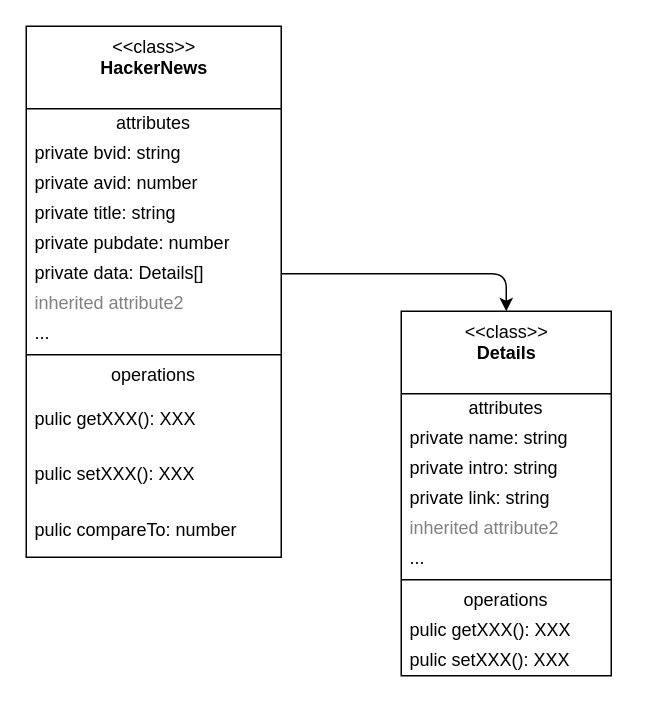
Before: docs/model/beamer.drawio in tower-town/Koala-Hacker-News, a draw.io diagram. Source tidied: cells renumbered, new cells numbered last; positions are measured from the earlier drawing's top-left corner, leaving out a move shared by most shapes. Both pictures are drawn from the tidied source at 150%, with x=0, y=0 at pixel (26, 26).
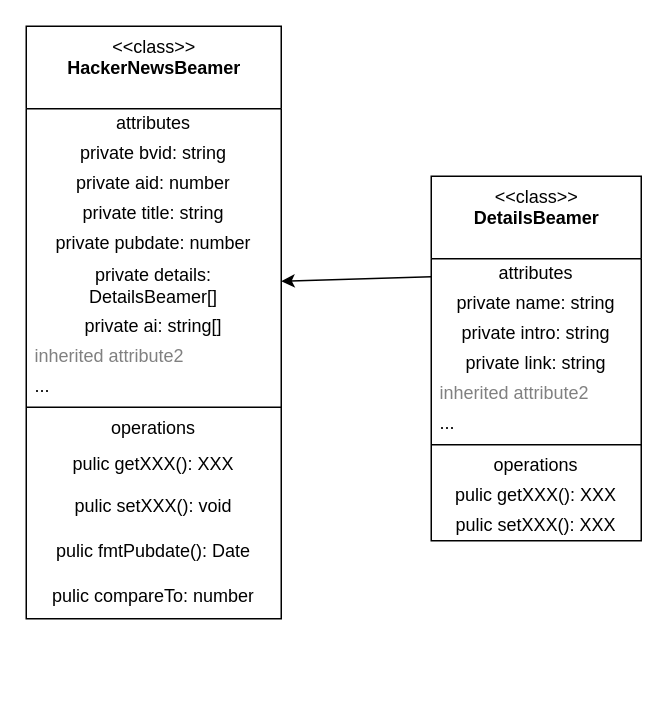
The same page after the edit.

The change refers to these unchanged cells:
```xml
<mxCell id="17" value="attributes" style="text;html=1;strokeColor=none;fillColor=none;align=center;verticalAlign=middle;spacingLeft=4;spacingRight=4;overflow=hidden;points=[[0,0.5],[1,0.5]];portConstraint=eastwest;" parent="16" vertex="1">
  <mxGeometry y="55" width="140" height="20" as="geometry" />
</mxCell>
```

Diff of the diagram source:
```diff
@@
-    <mxCell id="2" value="&amp;lt;&amp;lt;class&amp;gt;&amp;gt;&lt;br&gt;&lt;b&gt;HackerNews&lt;/b&gt;" style="swimlane;fontStyle=0;align=center;verticalAlign=top;horizontal=1;startSize=55;html=1;" parent="1" vertex="1">
-      <mxGeometry width="170" height="354" as="geometry" />
+    <mxCell id="2" value="&amp;lt;&amp;lt;class&amp;gt;&amp;gt;&lt;br&gt;&lt;b&gt;HackerNewsBeamer&lt;/b&gt;" style="swimlane;fontStyle=0;align=center;verticalAlign=top;horizontal=1;startSize=55;html=1;" parent="1" vertex="1">
+      <mxGeometry width="170" height="395" as="geometry" />
     </mxCell>
@@
-    <mxCell id="4" value="private bvid: string" style="text;html=1;strokeColor=none;fillColor=none;align=left;verticalAlign=middle;spacingLeft=4;spacingRight=4;overflow=hidden;" parent="2" vertex="1">
+    <mxCell id="4" value="private bvid: string" style="text;html=1;strokeColor=none;fillColor=none;align=center;verticalAlign=middle;spacingLeft=4;spacingRight=4;overflow=hidden;" parent="2" vertex="1">
       <mxGeometry y="75" width="170" height="20" as="geometry" />
     </mxCell>
-    <mxCell id="5" value="private avid: number" style="text;html=1;strokeColor=none;fillColor=none;align=left;verticalAlign=middle;spacingLeft=4;spacingRight=4;overflow=hidden;" parent="2" vertex="1">
+    <mxCell id="5" value="private aid: number" style="text;html=1;strokeColor=none;fillColor=none;align=center;verticalAlign=middle;spacingLeft=4;spacingRight=4;overflow=hidden;" parent="2" vertex="1">
       <mxGeometry y="95" width="170" height="20" as="geometry" />
     </mxCell>
-    <mxCell id="6" value="private title: string" style="text;html=1;strokeColor=none;fillColor=none;align=left;verticalAlign=middle;spacingLeft=4;spacingRight=4;overflow=hidden;" parent="2" vertex="1">
+    <mxCell id="6" value="private title: string" style="text;html=1;strokeColor=none;fillColor=none;align=center;verticalAlign=middle;spacingLeft=4;spacingRight=4;overflow=hidden;" parent="2" vertex="1">
       <mxGeometry y="115" width="170" height="20" as="geometry" />
     </mxCell>
-    <mxCell id="7" value="private pubdate: number" style="text;html=1;strokeColor=none;fillColor=none;align=left;verticalAlign=middle;spacingLeft=4;spacingRight=4;overflow=hidden;" parent="2" vertex="1">
+    <mxCell id="7" value="private pubdate: number" style="text;html=1;strokeColor=none;fillColor=none;align=center;verticalAlign=middle;spacingLeft=4;spacingRight=4;overflow=hidden;" parent="2" vertex="1">
       <mxGeometry y="135" width="170" height="20" as="geometry" />
     </mxCell>
+    <mxCell id="28" value="private details: &lt;br&gt;DetailsBeamer[]" style="text;html=1;strokeColor=none;fillColor=none;align=center;verticalAlign=middle;spacingLeft=4;spacingRight=4;overflow=hidden;points=[[0,0.5],[1,0.5]];portConstraint=eastwest;" parent="2" vertex="1">
+      <mxGeometry y="155" width="170" height="35" as="geometry" />
+    </mxCell>
-    <mxCell id="8" value="private data: Details[]" style="text;html=1;strokeColor=none;fillColor=none;align=left;verticalAlign=middle;spacingLeft=4;spacingRight=4;overflow=hidden;points=[[0,0.5],[1,0.5]];portConstraint=eastwest;" parent="2" vertex="1">
-      <mxGeometry y="155" width="170" height="20" as="geometry" />
+    <mxCell id="8" value="private ai: string[]" style="text;html=1;strokeColor=none;fillColor=none;align=center;verticalAlign=middle;spacingLeft=4;spacingRight=4;overflow=hidden;points=[[0,0.5],[1,0.5]];portConstraint=eastwest;" parent="2" vertex="1">
+      <mxGeometry y="190" width="170" height="20" as="geometry" />
     </mxCell>
     <mxCell id="9" value="inherited attribute2" style="text;html=1;strokeColor=none;fillColor=none;align=left;verticalAlign=middle;spacingLeft=4;spacingRight=4;overflow=hidden;fontColor=#808080;" parent="2" vertex="1">
-      <mxGeometry y="175" width="170" height="20" as="geometry" />
+      <mxGeometry y="210" width="170" height="20" as="geometry" />
     </mxCell>
     <mxCell id="10" value="..." style="text;html=1;strokeColor=none;fillColor=none;align=left;verticalAlign=middle;spacingLeft=4;spacingRight=4;overflow=hidden;" parent="2" vertex="1">
-      <mxGeometry y="195" width="170" height="20" as="geometry" />
+      <mxGeometry y="230" width="170" height="20" as="geometry" />
     </mxCell>
     <mxCell id="11" style="line;strokeWidth=1;fillColor=none;align=left;verticalAlign=middle;spacingTop=-1;spacingLeft=3;spacingRight=3;labelPosition=right;" parent="2" vertex="1">
-      <mxGeometry y="215" width="170" height="8" as="geometry" />
+      <mxGeometry y="250" width="170" height="8" as="geometry" />
     </mxCell>
     <mxCell id="12" value="operations" style="text;html=1;strokeColor=none;fillColor=none;align=center;verticalAlign=middle;spacingLeft=4;spacingRight=4;overflow=hidden;" parent="2" vertex="1">
-      <mxGeometry y="223" width="170" height="20" as="geometry" />
+      <mxGeometry y="258" width="170" height="20" as="geometry" />
     </mxCell>
-    <mxCell id="13" value="pulic getXXX(): XXX" style="text;html=1;strokeColor=none;fillColor=none;align=left;verticalAlign=middle;spacingLeft=4;spacingRight=4;overflow=hidden;" parent="2" vertex="1">
-      <mxGeometry y="243" width="170" height="37" as="geometry" />
+    <mxCell id="13" value="pulic getXXX(): XXX" style="text;html=1;strokeColor=none;fillColor=none;align=center;verticalAlign=middle;spacingLeft=4;spacingRight=4;overflow=hidden;" parent="2" vertex="1">
+      <mxGeometry y="278" width="170" height="27" as="geometry" />
     </mxCell>
+    <mxCell id="29" value="pulic setXXX(): void" style="text;html=1;strokeColor=none;fillColor=none;align=center;verticalAlign=middle;spacingLeft=4;spacingRight=4;overflow=hidden;" parent="2" vertex="1">
+      <mxGeometry y="305" width="170" height="30" as="geometry" />
+    </mxCell>
-    <mxCell id="14" value="pulic setXXX(): XXX" style="text;html=1;strokeColor=none;fillColor=none;align=left;verticalAlign=middle;spacingLeft=4;spacingRight=4;overflow=hidden;" parent="2" vertex="1">
-      <mxGeometry y="280" width="170" height="37" as="geometry" />
+    <mxCell id="14" value="pulic fmtPubdate(): Date" style="text;html=1;strokeColor=none;fillColor=none;align=center;verticalAlign=middle;spacingLeft=4;spacingRight=4;overflow=hidden;" parent="2" vertex="1">
+      <mxGeometry y="335" width="170" height="30" as="geometry" />
     </mxCell>
-    <mxCell id="15" value="pulic compareTo: number" style="text;html=1;strokeColor=none;fillColor=none;align=left;verticalAlign=middle;spacingLeft=4;spacingRight=4;overflow=hidden;" parent="2" vertex="1">
-      <mxGeometry y="317" width="170" height="37" as="geometry" />
+    <mxCell id="15" value="pulic compareTo: number" style="text;html=1;strokeColor=none;fillColor=none;align=center;verticalAlign=middle;spacingLeft=4;spacingRight=4;overflow=hidden;" parent="2" vertex="1">
+      <mxGeometry y="365" width="170" height="30" as="geometry" />
     </mxCell>
-    <mxCell id="16" value="&amp;lt;&amp;lt;class&amp;gt;&amp;gt;&lt;br&gt;&lt;b&gt;Details&lt;/b&gt;" style="swimlane;fontStyle=0;align=center;verticalAlign=top;horizontal=1;startSize=55;html=1;" parent="1" vertex="1">
-      <mxGeometry x="250" y="190" width="140" height="243" as="geometry" />
+    <mxCell id="16" value="&amp;lt;&amp;lt;class&amp;gt;&amp;gt;&lt;br&gt;&lt;b&gt;DetailsBeamer&lt;/b&gt;" style="swimlane;fontStyle=0;align=center;verticalAlign=top;horizontal=1;startSize=55;html=1;" parent="1" vertex="1">
+      <mxGeometry x="270" y="100" width="140" height="243" as="geometry" />
     </mxCell>
@@
-    <mxCell id="18" value="private name: string" style="text;html=1;strokeColor=none;fillColor=none;align=left;verticalAlign=middle;spacingLeft=4;spacingRight=4;overflow=hidden;" parent="16" vertex="1">
+    <mxCell id="18" value="private name: string" style="text;html=1;strokeColor=none;fillColor=none;align=center;verticalAlign=middle;spacingLeft=4;spacingRight=4;overflow=hidden;" parent="16" vertex="1">
       <mxGeometry y="75" width="140" height="20" as="geometry" />
     </mxCell>
-    <mxCell id="19" value="private intro: string" style="text;html=1;strokeColor=none;fillColor=none;align=left;verticalAlign=middle;spacingLeft=4;spacingRight=4;overflow=hidden;" parent="16" vertex="1">
+    <mxCell id="19" value="private intro: string" style="text;html=1;strokeColor=none;fillColor=none;align=center;verticalAlign=middle;spacingLeft=4;spacingRight=4;overflow=hidden;" parent="16" vertex="1">
       <mxGeometry y="95" width="140" height="20" as="geometry" />
     </mxCell>
-    <mxCell id="20" value="private link: string" style="text;html=1;strokeColor=none;fillColor=none;align=left;verticalAlign=middle;spacingLeft=4;spacingRight=4;overflow=hidden;" parent="16" vertex="1">
+    <mxCell id="20" value="private link: string" style="text;html=1;strokeColor=none;fillColor=none;align=center;verticalAlign=middle;spacingLeft=4;spacingRight=4;overflow=hidden;" parent="16" vertex="1">
       <mxGeometry y="115" width="140" height="20" as="geometry" />
     </mxCell>
@@
-    <mxCell id="25" value="pulic getXXX(): XXX" style="text;html=1;strokeColor=none;fillColor=none;align=left;verticalAlign=middle;spacingLeft=4;spacingRight=4;overflow=hidden;" parent="16" vertex="1">
+    <mxCell id="25" value="pulic getXXX(): XXX" style="text;html=1;strokeColor=none;fillColor=none;align=center;verticalAlign=middle;spacingLeft=4;spacingRight=4;overflow=hidden;" parent="16" vertex="1">
       <mxGeometry y="203" width="140" height="20" as="geometry" />
     </mxCell>
-    <mxCell id="26" value="pulic setXXX(): XXX" style="text;html=1;strokeColor=none;fillColor=none;align=left;verticalAlign=middle;spacingLeft=4;spacingRight=4;overflow=hidden;" parent="16" vertex="1">
+    <mxCell id="26" value="pulic setXXX(): XXX" style="text;html=1;strokeColor=none;fillColor=none;align=center;verticalAlign=middle;spacingLeft=4;spacingRight=4;overflow=hidden;" parent="16" vertex="1">
       <mxGeometry y="223" width="140" height="20" as="geometry" />
     </mxCell>
-    <mxCell id="27" style="edgeStyle=orthogonalEdgeStyle;html=1;entryX=0.5;entryY=0;entryDx=0;entryDy=0;" parent="1" edge="1" source="8" target="16">
-      <mxGeometry relative="1" as="geometry" />
-    </mxCell>
+    <mxCell id="30" style="edgeStyle=none;html=1;" parent="1" edge="1" source="17" target="28">
+      <mxGeometry relative="1" as="geometry" />
+    </mxCell>
```
